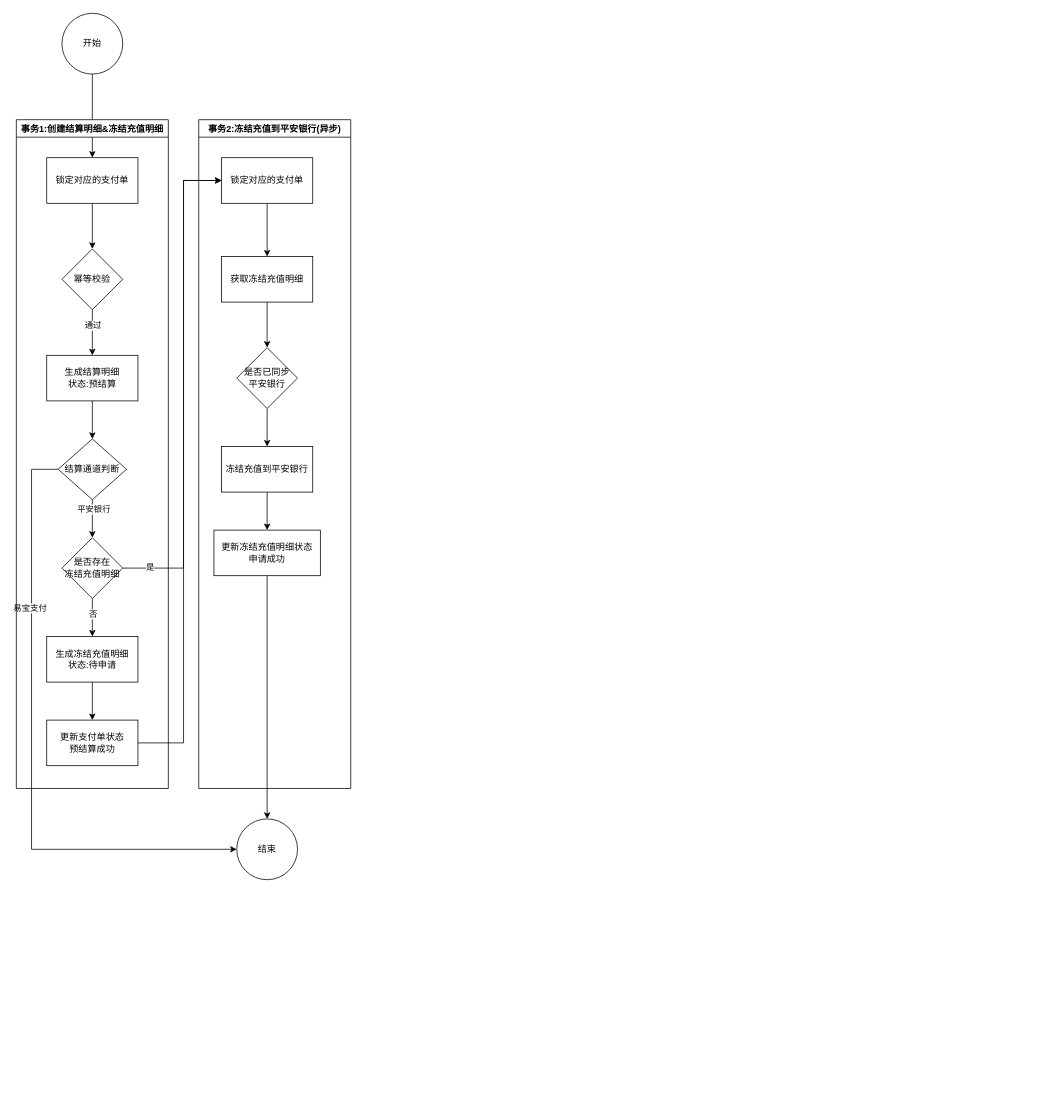
Before: 合作订单结算流程.drawio in catface996/images, a draw.io diagram. Source tidied: cells renumbered, new cells numbered last; positions are measured from the earlier drawing's top-left corner, leaving out a move shared by most shapes. Both pictures are drawn from the tidied source at 76%, with x=0, y=0 at pixel (16, 13).
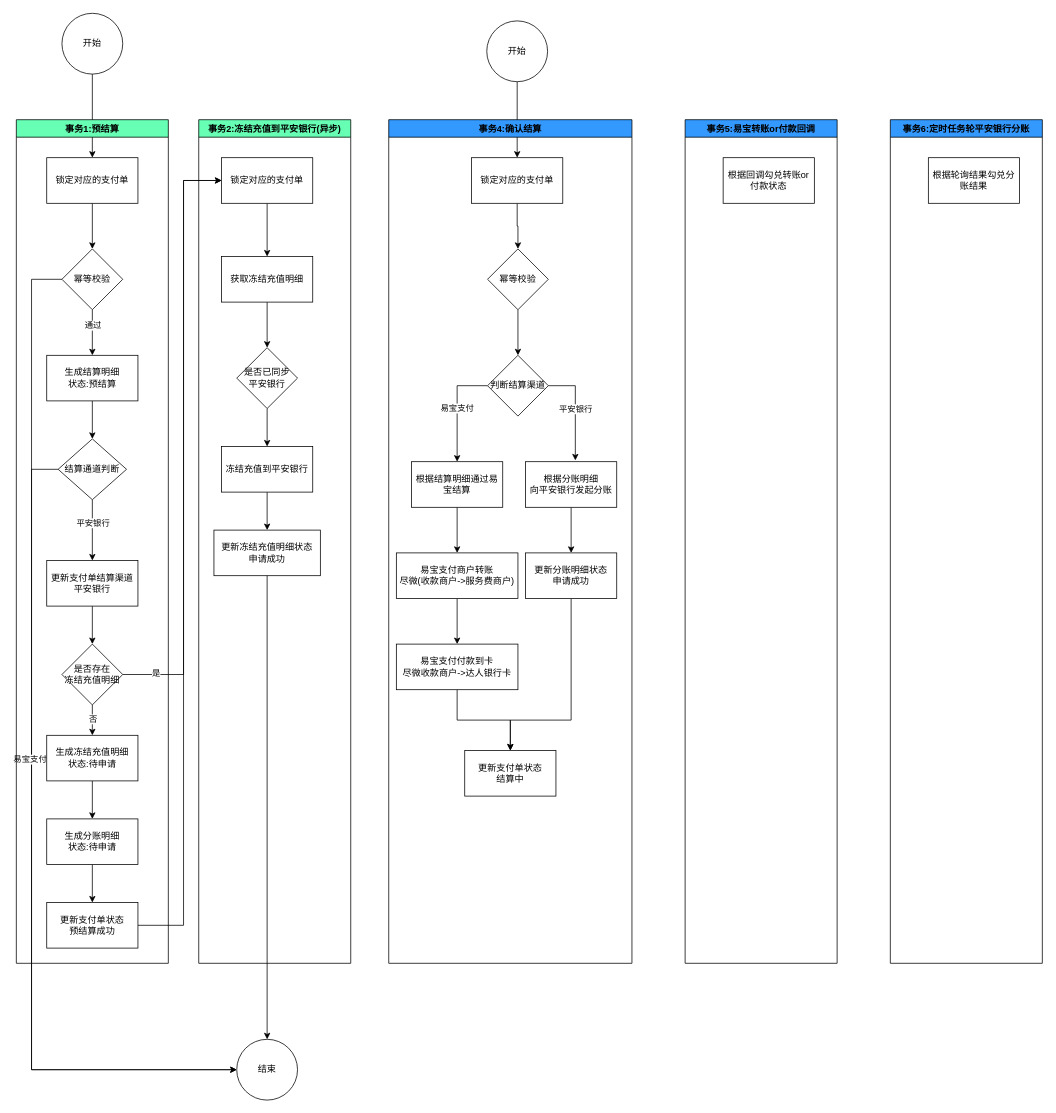
The same diagram, later.

Commit message (it also covers changes not shown here):
更新合作订单结算流程.drawio

Unchanged cells that the change refers to:
```xml
<mxCell id="6" value="幂等校验" style="rhombus;whiteSpace=wrap;html=1;" parent="1" vertex="1">
  <mxGeometry x="60" y="310" width="80" height="80" as="geometry" />
</mxCell>
<mxCell id="18" value="结算通道判断" style="rhombus;whiteSpace=wrap;html=1;" parent="1" vertex="1">
  <mxGeometry x="55" y="560" width="90" height="80" as="geometry" />
</mxCell>
<mxCell id="20" value="锁定对应的支付单" style="rounded=0;whiteSpace=wrap;html=1;" parent="1" vertex="1">
  <mxGeometry x="270" y="190" width="120" height="60" as="geometry" />
</mxCell>
```

The edit, as a diff of the source:
```diff
@@
+    <mxCell id="38" style="edgeStyle=orthogonalEdgeStyle;rounded=0;jettySize=auto;html=1;entryX=0;entryY=0.5;entryDx=0;entryDy=0;" parent="1" edge="1" source="6" target="36">
+      <mxGeometry relative="1" as="geometry">
+        <Array as="points">
+          <mxPoint x="20" y="350" />
+          <mxPoint x="20" y="1390" />
+        </Array>
+      </mxGeometry>
+    </mxCell>
@@
     <mxCell id="11" style="edgeStyle=orthogonalEdgeStyle;rounded=0;jettySize=auto;html=1;entryX=0;entryY=0.5;entryDx=0;entryDy=0;exitX=1;exitY=0.5;exitDx=0;exitDy=0;" parent="1" edge="1" source="31" target="20">
       <mxGeometry relative="1" as="geometry">
         <Array as="points">
-          <mxPoint x="220" y="960" />
+          <mxPoint x="220" y="1200" />
           <mxPoint x="220" y="220" />
         </Array>
       </mxGeometry>
     </mxCell>
-    <mxCell id="12" style="edgeStyle=orthogonalEdgeStyle;rounded=0;jettySize=auto;html=1;entryX=0.5;entryY=0;entryDx=0;entryDy=0;" parent="1" edge="1" source="13" target="31">
-      <mxGeometry relative="1" as="geometry" />
-    </mxCell>
-    <mxCell id="13" value="生成冻结充值明细&lt;br&gt;状态:待申请" style="rounded=0;whiteSpace=wrap;html=1;" parent="1" vertex="1">
-      <mxGeometry x="40" y="820" width="120" height="60" as="geometry" />
-    </mxCell>
-    <mxCell id="14" style="edgeStyle=orthogonalEdgeStyle;rounded=0;jettySize=auto;html=1;exitX=0.5;exitY=1;exitDx=0;exitDy=0;entryX=0.5;entryY=0;entryDx=0;entryDy=0;" parent="1" edge="1" source="18" target="29">
-      <mxGeometry relative="1" as="geometry" />
-    </mxCell>
-    <mxCell id="15" value="平安银行" style="edgeLabel;html=1;align=center;verticalAlign=middle;" parent="14" vertex="1">
-      <mxGeometry x="-0.52" y="1" relative="1" as="geometry" />
-    </mxCell>
     <mxCell id="16" style="edgeStyle=orthogonalEdgeStyle;rounded=0;jettySize=auto;html=1;entryX=0;entryY=0.5;entryDx=0;entryDy=0;" parent="1" edge="1" source="18" target="36">
       <mxGeometry relative="1" as="geometry">
         <Array as="points">
           <mxPoint x="20" y="600" />
-          <mxPoint x="20" y="1100" />
+          <mxPoint x="20" y="1390" />
         </Array>
       </mxGeometry>
     </mxCell>
     <mxCell id="17" value="易宝支付" style="edgeLabel;html=1;align=center;verticalAlign=middle;" parent="16" vertex="1">
-      <mxGeometry x="-0.46" y="-3" relative="1" as="geometry" />
+      <mxGeometry x="-0.46" y="-3" relative="1" as="geometry">
+        <mxPoint y="120" as="offset" />
+      </mxGeometry>
     </mxCell>
+    <mxCell id="39" style="edgeStyle=orthogonalEdgeStyle;rounded=0;jettySize=auto;html=1;entryX=0.5;entryY=0;entryDx=0;entryDy=0;" parent="1" edge="1" source="18" target="42">
+      <mxGeometry relative="1" as="geometry" />
+    </mxCell>
+    <mxCell id="15" value="平安银行" style="edgeLabel;html=1;align=center;verticalAlign=middle;" parent="39" vertex="1">
+      <mxGeometry x="-0.48" y="3" relative="1" as="geometry">
+        <mxPoint x="-3" y="9" as="offset" />
+      </mxGeometry>
+    </mxCell>
@@
+    <mxCell id="27" style="edgeStyle=orthogonalEdgeStyle;rounded=0;jettySize=auto;html=1;entryX=0;entryY=0.5;entryDx=0;entryDy=0;exitX=1;exitY=0.5;exitDx=0;exitDy=0;" parent="1" edge="1" source="29" target="20">
+      <mxGeometry relative="1" as="geometry">
+        <Array as="points">
+          <mxPoint x="220" y="870" />
+          <mxPoint x="220" y="220" />
+        </Array>
+      </mxGeometry>
+    </mxCell>
+    <mxCell id="28" value="是" style="edgeLabel;html=1;align=center;verticalAlign=middle;" parent="27" vertex="1">
+      <mxGeometry x="-0.89" y="2" relative="1" as="geometry" />
+    </mxCell>
+    <mxCell id="30" value="事务1:预结算" style="swimlane;fillColor=#66FFB3;" parent="1" vertex="1">
+      <mxGeometry y="140" width="200" height="1110" as="geometry" />
+    </mxCell>
+    <mxCell id="31" value="更新支付单状态&lt;br&gt;预结算成功" style="rounded=0;whiteSpace=wrap;html=1;" parent="30" vertex="1">
+      <mxGeometry x="40" y="1030" width="120" height="60" as="geometry" />
+    </mxCell>
+    <mxCell id="40" style="edgeStyle=orthogonalEdgeStyle;rounded=0;jettySize=auto;html=1;entryX=0.5;entryY=0;entryDx=0;entryDy=0;" parent="30" edge="1" source="13" target="44">
+      <mxGeometry relative="1" as="geometry" />
+    </mxCell>
+    <mxCell id="13" value="生成冻结充值明细&lt;br&gt;状态:待申请" style="rounded=0;whiteSpace=wrap;html=1;" parent="30" vertex="1">
+      <mxGeometry x="40" y="810" width="120" height="60" as="geometry" />
+    </mxCell>
+    <mxCell id="29" value="是否存在&lt;br&gt;冻结充值明细" style="rhombus;whiteSpace=wrap;html=1;" parent="30" vertex="1">
+      <mxGeometry x="60" y="690" width="80" height="80" as="geometry" />
+    </mxCell>
-    <mxCell id="25" style="edgeStyle=orthogonalEdgeStyle;rounded=0;jettySize=auto;html=1;entryX=0.5;entryY=0;entryDx=0;entryDy=0;" parent="1" edge="1" source="29" target="13">
+    <mxCell id="25" style="edgeStyle=orthogonalEdgeStyle;rounded=0;jettySize=auto;html=1;entryX=0.5;entryY=0;entryDx=0;entryDy=0;" parent="30" edge="1" source="29" target="13">
       <mxGeometry relative="1" as="geometry" />
     </mxCell>
@@
-    <mxCell id="27" style="edgeStyle=orthogonalEdgeStyle;rounded=0;jettySize=auto;html=1;entryX=0;entryY=0.5;entryDx=0;entryDy=0;" parent="1" edge="1" source="29" target="20">
-      <mxGeometry relative="1" as="geometry">
-        <Array as="points">
-          <mxPoint x="220" y="730" />
-          <mxPoint x="220" y="220" />
-        </Array>
-      </mxGeometry>
-    </mxCell>
-    <mxCell id="28" value="是" style="edgeLabel;html=1;align=center;verticalAlign=middle;" parent="27" vertex="1">
-      <mxGeometry x="-0.89" y="2" relative="1" as="geometry" />
-    </mxCell>
-    <mxCell id="29" value="是否存在&lt;br&gt;冻结充值明细" style="rhombus;whiteSpace=wrap;html=1;" parent="1" vertex="1">
-      <mxGeometry x="60" y="690" width="80" height="80" as="geometry" />
-    </mxCell>
-    <mxCell id="30" value="事务1:创建结算明细&amp;冻结充值明细" style="swimlane;" parent="1" vertex="1">
-      <mxGeometry y="140" width="200" height="880" as="geometry" />
-    </mxCell>
-    <mxCell id="31" value="更新支付单状态&lt;br&gt;预结算成功" style="rounded=0;whiteSpace=wrap;html=1;" parent="30" vertex="1">
-      <mxGeometry x="40" y="790" width="120" height="60" as="geometry" />
-    </mxCell>
+    <mxCell id="41" style="edgeStyle=orthogonalEdgeStyle;rounded=0;jettySize=auto;html=1;entryX=0.5;entryY=0;entryDx=0;entryDy=0;" parent="30" edge="1" source="42" target="29">
+      <mxGeometry relative="1" as="geometry" />
+    </mxCell>
+    <mxCell id="42" value="更新支付单结算渠道&lt;br&gt;平安银行" style="rounded=0;whiteSpace=wrap;html=1;" parent="30" vertex="1">
+      <mxGeometry x="40" y="580" width="120" height="60" as="geometry" />
+    </mxCell>
+    <mxCell id="43" style="edgeStyle=orthogonalEdgeStyle;rounded=0;jettySize=auto;html=1;entryX=0.5;entryY=0;entryDx=0;entryDy=0;" parent="30" edge="1" source="44" target="31">
+      <mxGeometry relative="1" as="geometry" />
+    </mxCell>
+    <mxCell id="44" value="生成分账明细&lt;br&gt;状态:待申请" style="rounded=0;whiteSpace=wrap;html=1;fillColor=#FFFFFF;" parent="30" vertex="1">
+      <mxGeometry x="40" y="920" width="120" height="60" as="geometry" />
+    </mxCell>
-    <mxCell id="32" value="事务2:冻结充值到平安银行(异步)" style="swimlane;" parent="1" vertex="1">
-      <mxGeometry x="240" y="140" width="200" height="880" as="geometry" />
+    <mxCell id="32" value="事务2:冻结充值到平安银行(异步)" style="swimlane;fillColor=#66FFB3;" parent="1" vertex="1">
+      <mxGeometry x="240" y="140" width="200" height="1110" as="geometry" />
     </mxCell>
@@
     <mxCell id="36" value="结束" style="ellipse;whiteSpace=wrap;html=1;" parent="1" vertex="1">
-      <mxGeometry x="290" y="1060" width="80" height="80" as="geometry" />
+      <mxGeometry x="290" y="1350" width="80" height="80" as="geometry" />
     </mxCell>
@@
+    <mxCell id="45" style="edgeStyle=orthogonalEdgeStyle;rounded=0;jettySize=auto;html=1;entryX=0.5;entryY=0;entryDx=0;entryDy=0;" parent="1" edge="1" source="46" target="54">
+      <mxGeometry relative="1" as="geometry" />
+    </mxCell>
+    <mxCell id="46" value="开始" style="ellipse;whiteSpace=wrap;html=1;" parent="1" vertex="1">
+      <mxGeometry x="619" y="10" width="80" height="80" as="geometry" />
+    </mxCell>
+    <mxCell id="47" value="事务4:确认结算" style="swimlane;fillColor=#3399FF;" parent="1" vertex="1">
+      <mxGeometry x="490" y="140" width="320" height="1110" as="geometry" />
+    </mxCell>
+    <mxCell id="48" style="edgeStyle=orthogonalEdgeStyle;rounded=0;jettySize=auto;html=1;entryX=0.5;entryY=0;entryDx=0;entryDy=0;" parent="47" edge="1" source="49" target="51">
+      <mxGeometry relative="1" as="geometry" />
+    </mxCell>
+    <mxCell id="49" value="根据分账明细&lt;br&gt;向平安银行发起分账" style="rounded=0;whiteSpace=wrap;html=1;fillColor=#FFFFFF;" parent="47" vertex="1">
+      <mxGeometry x="180" y="450" width="120" height="60" as="geometry" />
+    </mxCell>
+    <mxCell id="50" style="edgeStyle=orthogonalEdgeStyle;rounded=0;jettySize=auto;html=1;entryX=0.5;entryY=0;entryDx=0;entryDy=0;" parent="47" edge="1" source="51" target="52">
+      <mxGeometry relative="1" as="geometry">
+        <Array as="points">
+          <mxPoint x="240" y="790" />
+          <mxPoint x="160" y="790" />
+        </Array>
+      </mxGeometry>
+    </mxCell>
+    <mxCell id="51" value="更新分账明细状态&lt;br&gt;申请成功" style="rounded=0;whiteSpace=wrap;html=1;fillColor=#FFFFFF;" parent="47" vertex="1">
+      <mxGeometry x="180" y="570" width="120" height="60" as="geometry" />
+    </mxCell>
+    <mxCell id="52" value="更新支付单状态&lt;br&gt;结算中" style="rounded=0;whiteSpace=wrap;html=1;fillColor=#FFFFFF;" parent="47" vertex="1">
+      <mxGeometry x="100" y="830" width="120" height="60" as="geometry" />
+    </mxCell>
+    <mxCell id="53" style="edgeStyle=orthogonalEdgeStyle;rounded=0;jettySize=auto;html=1;entryX=0.5;entryY=0;entryDx=0;entryDy=0;" parent="47" edge="1" source="54" target="56">
+      <mxGeometry relative="1" as="geometry" />
+    </mxCell>
+    <mxCell id="54" value="锁定对应的支付单" style="rounded=0;whiteSpace=wrap;html=1;" parent="47" vertex="1">
+      <mxGeometry x="109" y="50" width="120" height="60" as="geometry" />
+    </mxCell>
+    <mxCell id="55" style="edgeStyle=orthogonalEdgeStyle;rounded=0;jettySize=auto;html=1;" parent="47" edge="1" source="56" target="59">
+      <mxGeometry relative="1" as="geometry" />
+    </mxCell>
+    <mxCell id="56" value="幂等校验" style="rhombus;whiteSpace=wrap;html=1;" parent="47" vertex="1">
+      <mxGeometry x="130" y="170" width="80" height="80" as="geometry" />
+    </mxCell>
+    <mxCell id="57" value="平安银行" style="edgeStyle=orthogonalEdgeStyle;rounded=0;jettySize=auto;html=1;entryX=0.546;entryY=-0.028;entryDx=0;entryDy=0;entryPerimeter=0;" parent="47" edge="1" source="59" target="49">
+      <mxGeometry relative="1" as="geometry">
+        <Array as="points">
+          <mxPoint x="245" y="350" />
+        </Array>
+      </mxGeometry>
+    </mxCell>
+    <mxCell id="58" value="易宝支付" style="edgeStyle=orthogonalEdgeStyle;rounded=0;jettySize=auto;html=1;entryX=0.5;entryY=0;entryDx=0;entryDy=0;exitX=0;exitY=0.5;exitDx=0;exitDy=0;" parent="47" edge="1" source="59" target="65">
+      <mxGeometry relative="1" as="geometry" />
+    </mxCell>
+    <mxCell id="59" value="判断结算渠道" style="rhombus;whiteSpace=wrap;html=1;fillColor=#FFFFFF;" parent="47" vertex="1">
+      <mxGeometry x="130" y="310" width="80" height="80" as="geometry" />
+    </mxCell>
+    <mxCell id="60" style="edgeStyle=orthogonalEdgeStyle;rounded=0;jettySize=auto;html=1;entryX=0.5;entryY=0;entryDx=0;entryDy=0;" parent="47" edge="1" source="61" target="63">
+      <mxGeometry relative="1" as="geometry" />
+    </mxCell>
+    <mxCell id="61" value="易宝支付商户转账&lt;br&gt;尽微(收款商户-&amp;gt;服务费商户)" style="rounded=0;whiteSpace=wrap;html=1;fillColor=#FFFFFF;" parent="47" vertex="1">
+      <mxGeometry x="10" y="570" width="160" height="60" as="geometry" />
+    </mxCell>
+    <mxCell id="62" style="edgeStyle=orthogonalEdgeStyle;rounded=0;jettySize=auto;html=1;entryX=0.5;entryY=0;entryDx=0;entryDy=0;" parent="47" edge="1" source="63" target="52">
+      <mxGeometry relative="1" as="geometry" />
+    </mxCell>
+    <mxCell id="63" value="易宝支付付款到卡&lt;br&gt;尽微收款商户-&amp;gt;达人银行卡" style="rounded=0;whiteSpace=wrap;html=1;fillColor=#FFFFFF;" parent="47" vertex="1">
+      <mxGeometry x="10" y="690" width="160" height="60" as="geometry" />
+    </mxCell>
+    <mxCell id="64" style="edgeStyle=orthogonalEdgeStyle;rounded=0;jettySize=auto;html=1;entryX=0.5;entryY=0;entryDx=0;entryDy=0;" parent="47" edge="1" source="65" target="61">
+      <mxGeometry relative="1" as="geometry" />
+    </mxCell>
+    <mxCell id="65" value="根据结算明细通过易宝结算" style="rounded=0;whiteSpace=wrap;html=1;fillColor=#FFFFFF;" parent="47" vertex="1">
+      <mxGeometry x="30" y="450" width="120" height="60" as="geometry" />
+    </mxCell>
+    <mxCell id="66" value="事务5:易宝转账or付款回调" style="swimlane;fillColor=#3399FF;" parent="1" vertex="1">
+      <mxGeometry x="880" y="140" width="200" height="1110" as="geometry" />
+    </mxCell>
+    <mxCell id="67" value="根据回调勾兑转账or付款状态" style="rounded=0;whiteSpace=wrap;html=1;fillColor=#FFFFFF;" parent="66" vertex="1">
+      <mxGeometry x="50" y="50" width="120" height="60" as="geometry" />
+    </mxCell>
+    <mxCell id="68" value="事务6:定时任务轮平安银行分账" style="swimlane;fillColor=#3399FF;" parent="1" vertex="1">
+      <mxGeometry x="1150" y="140" width="200" height="1110" as="geometry" />
+    </mxCell>
+    <mxCell id="69" value="根据轮询结果勾兑分账结果" style="rounded=0;whiteSpace=wrap;html=1;fillColor=#FFFFFF;" parent="68" vertex="1">
+      <mxGeometry x="50" y="50" width="120" height="60" as="geometry" />
+    </mxCell>
```
